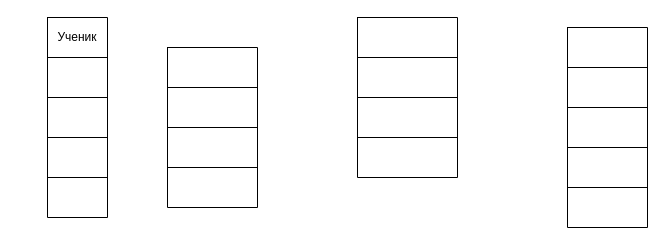
Above: Диаграмма без названия.drawio in Maxim18457/HW2 (draw.io), before the change. Source tidied: cells renumbered, new cells numbered last; positions are measured from the earlier drawing's top-left corner, leaving out a move shared by most shapes. Both pictures are drawn from the tidied source at 100%, with x=0, y=0 at pixel (47, 17).
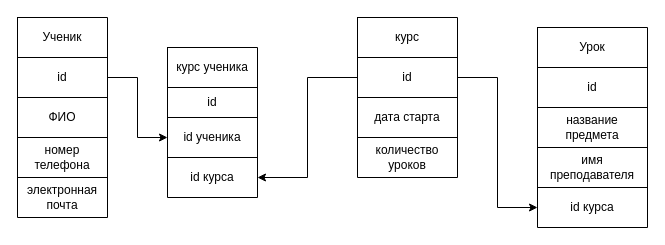
The same diagram, later.

The change refers to these unchanged cells:
```xml
<mxCell id="3" style="shape=tableRow;horizontal=0;startSize=0;swimlaneHead=0;swimlaneBody=0;strokeColor=inherit;top=0;left=0;bottom=0;right=0;fillColor=none;" parent="2" vertex="1">
  <mxGeometry width="90" height="40" as="geometry" />
</mxCell>
<mxCell id="12" style="shape=tableRow;horizontal=0;startSize=0;swimlaneHead=0;swimlaneBody=0;strokeColor=inherit;top=0;left=0;bottom=0;right=0;fillColor=none;" parent="11" vertex="1">
  <mxGeometry width="100" height="40" as="geometry" />
</mxCell>
<mxCell id="14" style="shape=tableRow;horizontal=0;startSize=0;swimlaneHead=0;swimlaneBody=0;strokeColor=inherit;top=0;left=0;bottom=0;right=0;fillColor=none;points=[[0,0.5],[1,0.5]];portConstraint=eastwest;" parent="11" vertex="1">
  <mxGeometry y="40" width="100" height="40" as="geometry" />
</mxCell>
<mxCell id="16" style="shape=tableRow;horizontal=0;startSize=0;swimlaneHead=0;swimlaneBody=0;strokeColor=inherit;top=0;left=0;bottom=0;right=0;fillColor=none;" parent="11" vertex="1">
  <mxGeometry y="80" width="100" height="40" as="geometry" />
</mxCell>
<mxCell id="18" style="shape=tableRow;horizontal=0;startSize=0;swimlaneHead=0;swimlaneBody=0;strokeColor=inherit;top=0;left=0;bottom=0;right=0;fillColor=none;" parent="11" vertex="1">
  <mxGeometry y="120" width="100" height="40" as="geometry" />
</mxCell>
```

What changed in the source:
```diff
@@
     <mxCell id="2" style="shape=table;startSize=0;childLayout=tableLayout;" parent="1" vertex="1">
-      <mxGeometry x="120" y="30" width="90" height="160" as="geometry" />
+      <mxGeometry x="120" y="30" width="90" height="150" as="geometry" />
     </mxCell>
@@
-    <mxCell id="4" style="shape=partialRectangle;html=1;whiteSpace=wrap;strokeColor=inherit;overflow=hidden;fillColor=none;top=0;left=0;bottom=0;right=0;" parent="3" vertex="1">
+    <mxCell id="4" value="курс ученика" style="shape=partialRectangle;html=1;whiteSpace=wrap;strokeColor=inherit;overflow=hidden;fillColor=none;top=0;left=0;bottom=0;right=0;" parent="3" vertex="1">
       <mxGeometry width="90" height="40" as="geometry" />
     </mxCell>
     <mxCell id="5" style="shape=tableRow;horizontal=0;startSize=0;swimlaneHead=0;swimlaneBody=0;strokeColor=inherit;top=0;left=0;bottom=0;right=0;fillColor=none;" parent="2" vertex="1">
-      <mxGeometry y="40" width="90" height="40" as="geometry" />
+      <mxGeometry y="40" width="90" height="30" as="geometry" />
     </mxCell>
-    <mxCell id="6" style="shape=partialRectangle;html=1;whiteSpace=wrap;strokeColor=inherit;overflow=hidden;fillColor=none;top=0;left=0;bottom=0;right=0;" parent="5" vertex="1">
-      <mxGeometry width="90" height="40" as="geometry" />
+    <mxCell id="6" value="id" style="shape=partialRectangle;html=1;whiteSpace=wrap;strokeColor=inherit;overflow=hidden;fillColor=none;top=0;left=0;bottom=0;right=0;" parent="5" vertex="1">
+      <mxGeometry width="90" height="30" as="geometry" />
     </mxCell>
     <mxCell id="7" style="shape=tableRow;horizontal=0;startSize=0;swimlaneHead=0;swimlaneBody=0;strokeColor=inherit;top=0;left=0;bottom=0;right=0;fillColor=none;points=[[0,0.5],[1,0.5]];portConstraint=eastwest;" parent="2" vertex="1">
-      <mxGeometry y="80" width="90" height="40" as="geometry" />
+      <mxGeometry y="70" width="90" height="40" as="geometry" />
     </mxCell>
-    <mxCell id="8" style="shape=partialRectangle;html=1;whiteSpace=wrap;strokeColor=inherit;overflow=hidden;fillColor=none;top=0;left=0;bottom=0;right=0;" parent="7" vertex="1">
+    <mxCell id="8" value="id ученика" style="shape=partialRectangle;html=1;whiteSpace=wrap;strokeColor=inherit;overflow=hidden;fillColor=none;top=0;left=0;bottom=0;right=0;" parent="7" vertex="1">
       <mxGeometry width="90" height="40" as="geometry" />
     </mxCell>
     <mxCell id="9" style="shape=tableRow;horizontal=0;startSize=0;swimlaneHead=0;swimlaneBody=0;strokeColor=inherit;top=0;left=0;bottom=0;right=0;fillColor=none;points=[[0,0.5],[1,0.5]];portConstraint=eastwest;" parent="2" vertex="1">
-      <mxGeometry y="120" width="90" height="40" as="geometry" />
+      <mxGeometry y="110" width="90" height="40" as="geometry" />
     </mxCell>
-    <mxCell id="10" style="shape=partialRectangle;html=1;whiteSpace=wrap;strokeColor=inherit;overflow=hidden;fillColor=none;top=0;left=0;bottom=0;right=0;" parent="9" vertex="1">
+    <mxCell id="10" value="id курса" style="shape=partialRectangle;html=1;whiteSpace=wrap;strokeColor=inherit;overflow=hidden;fillColor=none;top=0;left=0;bottom=0;right=0;" parent="9" vertex="1">
       <mxGeometry width="90" height="40" as="geometry" />
     </mxCell>
@@
-    <mxCell id="13" style="shape=partialRectangle;html=1;whiteSpace=wrap;strokeColor=inherit;overflow=hidden;fillColor=none;top=0;left=0;bottom=0;right=0;" parent="12" vertex="1">
+    <mxCell id="13" value="курс" style="shape=partialRectangle;html=1;whiteSpace=wrap;strokeColor=inherit;overflow=hidden;fillColor=none;top=0;left=0;bottom=0;right=0;" parent="12" vertex="1">
       <mxGeometry width="100" height="40" as="geometry" />
     </mxCell>
@@
-    <mxCell id="15" style="shape=partialRectangle;html=1;whiteSpace=wrap;strokeColor=inherit;overflow=hidden;fillColor=none;top=0;left=0;bottom=0;right=0;" parent="14" vertex="1">
+    <mxCell id="15" value="id" style="shape=partialRectangle;html=1;whiteSpace=wrap;strokeColor=inherit;overflow=hidden;fillColor=none;top=0;left=0;bottom=0;right=0;" parent="14" vertex="1">
       <mxGeometry width="100" height="40" as="geometry" />
     </mxCell>
@@
-    <mxCell id="17" style="shape=partialRectangle;html=1;whiteSpace=wrap;strokeColor=inherit;overflow=hidden;fillColor=none;top=0;left=0;bottom=0;right=0;" parent="16" vertex="1">
+    <mxCell id="17" value="дата старта" style="shape=partialRectangle;html=1;whiteSpace=wrap;strokeColor=inherit;overflow=hidden;fillColor=none;top=0;left=0;bottom=0;right=0;" parent="16" vertex="1">
       <mxGeometry width="100" height="40" as="geometry" />
     </mxCell>
@@
-    <mxCell id="19" style="shape=partialRectangle;html=1;whiteSpace=wrap;strokeColor=inherit;overflow=hidden;fillColor=none;top=0;left=0;bottom=0;right=0;" parent="18" vertex="1">
+    <mxCell id="19" value="количество уроков" style="shape=partialRectangle;html=1;whiteSpace=wrap;strokeColor=inherit;overflow=hidden;fillColor=none;top=0;left=0;bottom=0;right=0;" parent="18" vertex="1">
       <mxGeometry width="100" height="40" as="geometry" />
     </mxCell>
     <mxCell id="20" style="shape=table;startSize=0;childLayout=tableLayout;" parent="1" vertex="1">
-      <mxGeometry x="520" y="10" width="80" height="200" as="geometry" />
+      <mxGeometry x="490" y="10" width="110" height="200" as="geometry" />
     </mxCell>
     <mxCell id="21" style="shape=tableRow;horizontal=0;startSize=0;swimlaneHead=0;swimlaneBody=0;strokeColor=inherit;top=0;left=0;bottom=0;right=0;fillColor=none;" parent="20" vertex="1">
-      <mxGeometry width="80" height="40" as="geometry" />
+      <mxGeometry width="110" height="40" as="geometry" />
     </mxCell>
-    <mxCell id="22" style="shape=partialRectangle;html=1;whiteSpace=wrap;strokeColor=inherit;overflow=hidden;fillColor=none;top=0;left=0;bottom=0;right=0;" parent="21" vertex="1">
-      <mxGeometry width="80" height="40" as="geometry" />
+    <mxCell id="22" value="Урок" style="shape=partialRectangle;html=1;whiteSpace=wrap;strokeColor=inherit;overflow=hidden;fillColor=none;top=0;left=0;bottom=0;right=0;" parent="21" vertex="1">
+      <mxGeometry width="110" height="40" as="geometry" />
     </mxCell>
     <mxCell id="23" style="shape=tableRow;horizontal=0;startSize=0;swimlaneHead=0;swimlaneBody=0;strokeColor=inherit;top=0;left=0;bottom=0;right=0;fillColor=none;" parent="20" vertex="1">
-      <mxGeometry y="40" width="80" height="40" as="geometry" />
+      <mxGeometry y="40" width="110" height="40" as="geometry" />
     </mxCell>
-    <mxCell id="24" style="shape=partialRectangle;html=1;whiteSpace=wrap;strokeColor=inherit;overflow=hidden;fillColor=none;top=0;left=0;bottom=0;right=0;" parent="23" vertex="1">
-      <mxGeometry width="80" height="40" as="geometry" />
+    <mxCell id="24" value="id" style="shape=partialRectangle;html=1;whiteSpace=wrap;strokeColor=inherit;overflow=hidden;fillColor=none;top=0;left=0;bottom=0;right=0;" parent="23" vertex="1">
+      <mxGeometry width="110" height="40" as="geometry" />
     </mxCell>
     <mxCell id="25" style="shape=tableRow;horizontal=0;startSize=0;swimlaneHead=0;swimlaneBody=0;strokeColor=inherit;top=0;left=0;bottom=0;right=0;fillColor=none;" parent="20" vertex="1">
-      <mxGeometry y="80" width="80" height="40" as="geometry" />
+      <mxGeometry y="80" width="110" height="40" as="geometry" />
     </mxCell>
-    <mxCell id="26" style="shape=partialRectangle;html=1;whiteSpace=wrap;strokeColor=inherit;overflow=hidden;fillColor=none;top=0;left=0;bottom=0;right=0;" parent="25" vertex="1">
-      <mxGeometry width="80" height="40" as="geometry" />
+    <mxCell id="26" value="название предмета" style="shape=partialRectangle;html=1;whiteSpace=wrap;strokeColor=inherit;overflow=hidden;fillColor=none;top=0;left=0;bottom=0;right=0;" parent="25" vertex="1">
+      <mxGeometry width="110" height="40" as="geometry" />
     </mxCell>
     <mxCell id="27" style="shape=tableRow;horizontal=0;startSize=0;swimlaneHead=0;swimlaneBody=0;strokeColor=inherit;top=0;left=0;bottom=0;right=0;fillColor=none;" parent="20" vertex="1">
-      <mxGeometry y="120" width="80" height="40" as="geometry" />
+      <mxGeometry y="120" width="110" height="40" as="geometry" />
     </mxCell>
-    <mxCell id="28" style="shape=partialRectangle;html=1;whiteSpace=wrap;strokeColor=inherit;overflow=hidden;fillColor=none;top=0;left=0;bottom=0;right=0;" parent="27" vertex="1">
-      <mxGeometry width="80" height="40" as="geometry" />
+    <mxCell id="28" value="имя преподавателя" style="shape=partialRectangle;html=1;whiteSpace=wrap;strokeColor=inherit;overflow=hidden;fillColor=none;top=0;left=0;bottom=0;right=0;" parent="27" vertex="1">
+      <mxGeometry width="110" height="40" as="geometry" />
     </mxCell>
     <mxCell id="29" style="shape=tableRow;horizontal=0;startSize=0;swimlaneHead=0;swimlaneBody=0;strokeColor=inherit;top=0;left=0;bottom=0;right=0;fillColor=none;points=[[0,0.5],[1,0.5]];portConstraint=eastwest;" parent="20" vertex="1">
-      <mxGeometry y="160" width="80" height="40" as="geometry" />
+      <mxGeometry y="160" width="110" height="40" as="geometry" />
     </mxCell>
-    <mxCell id="30" style="shape=partialRectangle;html=1;whiteSpace=wrap;strokeColor=inherit;overflow=hidden;fillColor=none;top=0;left=0;bottom=0;right=0;" parent="29" vertex="1">
-      <mxGeometry width="80" height="40" as="geometry" />
+    <mxCell id="30" value="id курса" style="shape=partialRectangle;html=1;whiteSpace=wrap;strokeColor=inherit;overflow=hidden;fillColor=none;top=0;left=0;bottom=0;right=0;" parent="29" vertex="1">
+      <mxGeometry width="110" height="40" as="geometry" />
     </mxCell>
     <mxCell id="31" style="shape=table;startSize=0;childLayout=tableLayout;" parent="1" vertex="1">
-      <mxGeometry width="60" height="200" as="geometry" />
+      <mxGeometry x="-30" width="90" height="200" as="geometry" />
     </mxCell>
     <mxCell id="32" style="shape=tableRow;horizontal=0;startSize=0;swimlaneHead=0;swimlaneBody=0;strokeColor=inherit;top=0;left=0;bottom=0;right=0;fillColor=none;" parent="31" vertex="1">
-      <mxGeometry width="60" height="40" as="geometry" />
+      <mxGeometry width="90" height="40" as="geometry" />
     </mxCell>
     <mxCell id="33" value="Ученик" style="shape=partialRectangle;html=1;whiteSpace=wrap;strokeColor=inherit;overflow=hidden;fillColor=none;top=0;left=0;bottom=0;right=0;" parent="32" vertex="1">
-      <mxGeometry width="60" height="40" as="geometry" />
+      <mxGeometry width="90" height="40" as="geometry" />
     </mxCell>
     <mxCell id="34" style="shape=tableRow;horizontal=0;startSize=0;swimlaneHead=0;swimlaneBody=0;strokeColor=inherit;top=0;left=0;bottom=0;right=0;fillColor=none;points=[[0,0.5],[1,0.5]];portConstraint=eastwest;" parent="31" vertex="1">
-      <mxGeometry y="40" width="60" height="40" as="geometry" />
+      <mxGeometry y="40" width="90" height="40" as="geometry" />
     </mxCell>
-    <mxCell id="35" style="shape=partialRectangle;html=1;whiteSpace=wrap;strokeColor=inherit;overflow=hidden;fillColor=none;top=0;left=0;bottom=0;right=0;" parent="34" vertex="1">
-      <mxGeometry width="60" height="40" as="geometry" />
+    <mxCell id="35" value="id" style="shape=partialRectangle;html=1;whiteSpace=wrap;strokeColor=inherit;overflow=hidden;fillColor=none;top=0;left=0;bottom=0;right=0;" parent="34" vertex="1">
+      <mxGeometry width="90" height="40" as="geometry" />
     </mxCell>
     <mxCell id="36" style="shape=tableRow;horizontal=0;startSize=0;swimlaneHead=0;swimlaneBody=0;strokeColor=inherit;top=0;left=0;bottom=0;right=0;fillColor=none;" parent="31" vertex="1">
-      <mxGeometry y="80" width="60" height="40" as="geometry" />
+      <mxGeometry y="80" width="90" height="40" as="geometry" />
     </mxCell>
-    <mxCell id="37" style="shape=partialRectangle;html=1;whiteSpace=wrap;strokeColor=inherit;overflow=hidden;fillColor=none;top=0;left=0;bottom=0;right=0;" parent="36" vertex="1">
-      <mxGeometry width="60" height="40" as="geometry" />
+    <mxCell id="37" value="ФИО" style="shape=partialRectangle;html=1;whiteSpace=wrap;strokeColor=inherit;overflow=hidden;fillColor=none;top=0;left=0;bottom=0;right=0;" parent="36" vertex="1">
+      <mxGeometry width="90" height="40" as="geometry" />
     </mxCell>
     <mxCell id="38" style="shape=tableRow;horizontal=0;startSize=0;swimlaneHead=0;swimlaneBody=0;strokeColor=inherit;top=0;left=0;bottom=0;right=0;fillColor=none;" parent="31" vertex="1">
-      <mxGeometry y="120" width="60" height="40" as="geometry" />
+      <mxGeometry y="120" width="90" height="40" as="geometry" />
     </mxCell>
-    <mxCell id="39" style="shape=partialRectangle;html=1;whiteSpace=wrap;strokeColor=inherit;overflow=hidden;fillColor=none;top=0;left=0;bottom=0;right=0;" parent="38" vertex="1">
-      <mxGeometry width="60" height="40" as="geometry" />
+    <mxCell id="39" value="номер телефона" style="shape=partialRectangle;html=1;whiteSpace=wrap;strokeColor=inherit;overflow=hidden;fillColor=none;top=0;left=0;bottom=0;right=0;" parent="38" vertex="1">
+      <mxGeometry width="90" height="40" as="geometry" />
     </mxCell>
     <mxCell id="40" style="shape=tableRow;horizontal=0;startSize=0;swimlaneHead=0;swimlaneBody=0;strokeColor=inherit;top=0;left=0;bottom=0;right=0;fillColor=none;" parent="31" vertex="1">
-      <mxGeometry y="160" width="60" height="40" as="geometry" />
+      <mxGeometry y="160" width="90" height="40" as="geometry" />
     </mxCell>
-    <mxCell id="41" style="shape=partialRectangle;html=1;whiteSpace=wrap;strokeColor=inherit;overflow=hidden;fillColor=none;top=0;left=0;bottom=0;right=0;" parent="40" vertex="1">
-      <mxGeometry width="60" height="40" as="geometry" />
+    <mxCell id="41" value="электронная почта" style="shape=partialRectangle;html=1;whiteSpace=wrap;strokeColor=inherit;overflow=hidden;fillColor=none;top=0;left=0;bottom=0;right=0;" parent="40" vertex="1">
+      <mxGeometry width="90" height="40" as="geometry" />
     </mxCell>
+    <mxCell id="42" style="edgeStyle=orthogonalEdgeStyle;rounded=0;jettySize=auto;html=1;exitX=1;exitY=0.5;exitDx=0;exitDy=0;entryX=0;entryY=0.5;entryDx=0;entryDy=0;" parent="1" edge="1" source="34" target="7">
+      <mxGeometry relative="1" as="geometry" />
+    </mxCell>
+    <mxCell id="43" style="edgeStyle=orthogonalEdgeStyle;rounded=0;jettySize=auto;html=1;exitX=0;exitY=0.5;exitDx=0;exitDy=0;entryX=1;entryY=0.5;entryDx=0;entryDy=0;" parent="1" edge="1" source="14" target="9">
+      <mxGeometry relative="1" as="geometry" />
+    </mxCell>
+    <mxCell id="44" style="edgeStyle=orthogonalEdgeStyle;rounded=0;jettySize=auto;html=1;exitX=1;exitY=0.5;exitDx=0;exitDy=0;entryX=0;entryY=0.5;entryDx=0;entryDy=0;" parent="1" edge="1" source="14" target="29">
+      <mxGeometry relative="1" as="geometry" />
+    </mxCell>
```
